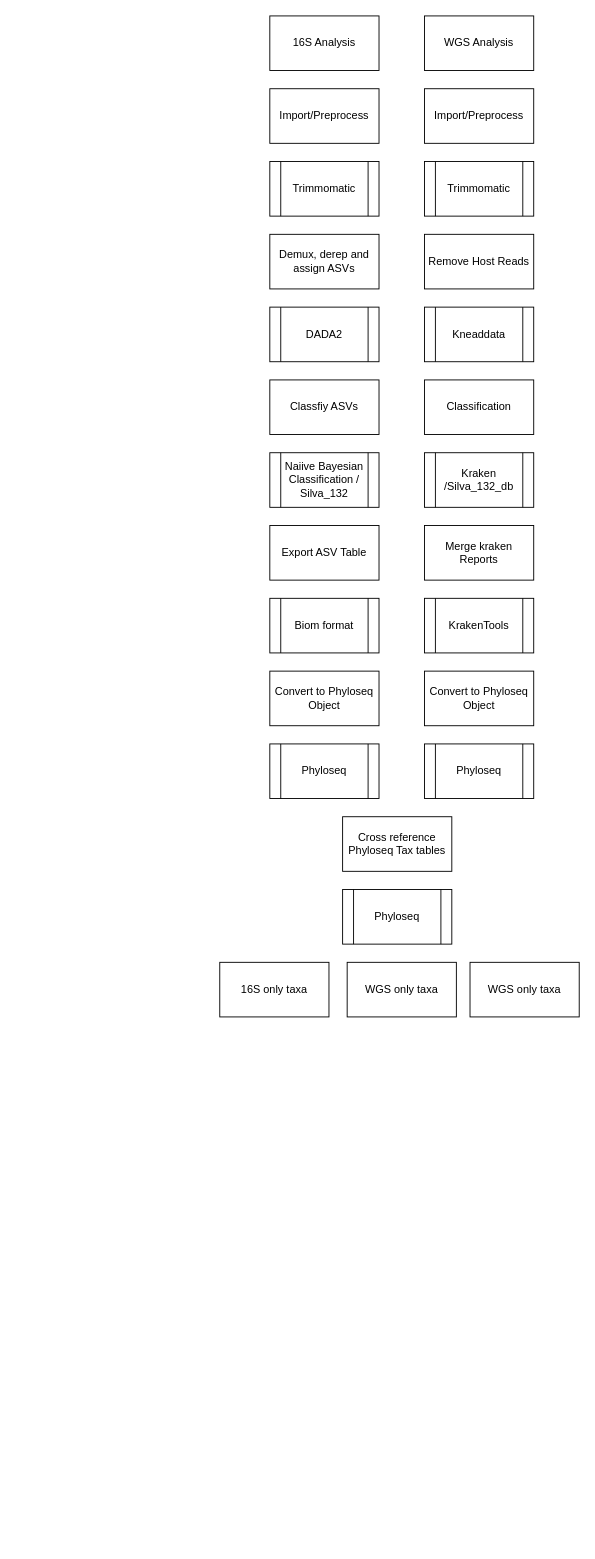
Before: hybrid_microbiome_workflow.drawio in MADscientist314/hybrid_metagenomics, a draw.io diagram. Source tidied: cells renumbered, new cells numbered last; positions are measured from the earlier drawing's top-left corner, leaving out a move shared by most shapes. Both pictures are drawn from the tidied source at 91%, with x=0, y=0 at pixel (219, 15).
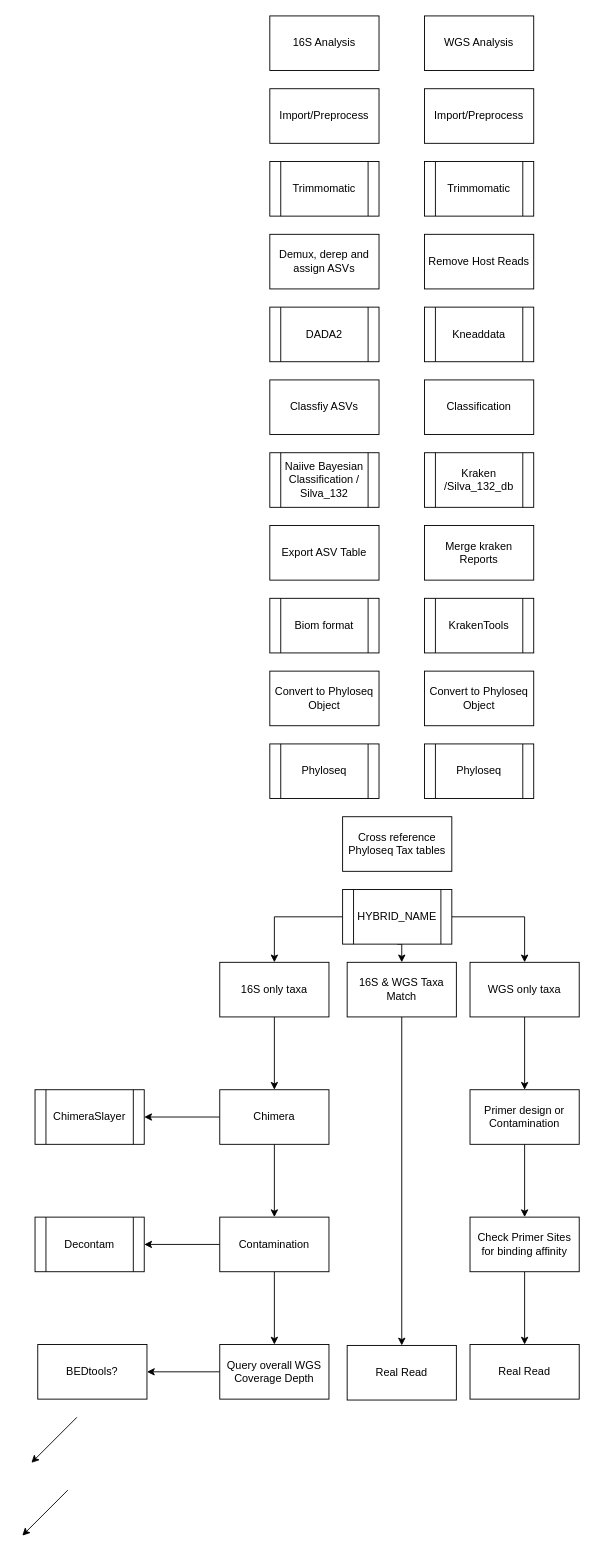
The same page after the edit.

Unchanged cells that the change refers to:
```xml
<mxCell id="26" value="16S only taxa" style="rounded=0;whiteSpace=wrap;html=1;" parent="1" vertex="1">
  <mxGeometry y="1040" width="120" height="60" as="geometry" />
</mxCell>
<mxCell id="28" value="WGS only taxa" style="rounded=0;whiteSpace=wrap;html=1;" parent="1" vertex="1">
  <mxGeometry x="275" y="1040" width="120" height="60" as="geometry" />
</mxCell>
```

The edit, as a diff of the source:
```diff
@@
+    <mxCell id="29" style="edgeStyle=orthogonalEdgeStyle;rounded=0;jettySize=auto;html=1;exitX=0.5;exitY=1;exitDx=0;exitDy=0;entryX=0.5;entryY=0;entryDx=0;entryDy=0;" parent="1" edge="1" source="25" target="27">
+      <mxGeometry relative="1" as="geometry" />
+    </mxCell>
+    <mxCell id="30" style="edgeStyle=orthogonalEdgeStyle;rounded=0;jettySize=auto;html=1;exitX=0;exitY=0.5;exitDx=0;exitDy=0;entryX=0.5;entryY=0;entryDx=0;entryDy=0;" parent="1" edge="1" source="25" target="26">
+      <mxGeometry relative="1" as="geometry" />
+    </mxCell>
+    <mxCell id="31" style="edgeStyle=orthogonalEdgeStyle;rounded=0;jettySize=auto;html=1;exitX=1;exitY=0.5;exitDx=0;exitDy=0;entryX=0.5;entryY=0;entryDx=0;entryDy=0;" parent="1" edge="1" source="25" target="28">
+      <mxGeometry relative="1" as="geometry" />
+    </mxCell>
-    <mxCell id="25" value="Phyloseq" style="shape=process;whiteSpace=wrap;html=1;backgroundOutline=1;" parent="1" vertex="1">
+    <mxCell id="25" value="HYBRID_NAME" style="shape=process;whiteSpace=wrap;html=1;backgroundOutline=1;" parent="1" vertex="1">
       <mxGeometry x="135" y="960" width="120" height="60" as="geometry" />
     </mxCell>
+    <mxCell id="32" style="edgeStyle=orthogonalEdgeStyle;rounded=0;jettySize=auto;html=1;" parent="1" edge="1" source="26" target="35">
+      <mxGeometry relative="1" as="geometry" />
+    </mxCell>
@@
+    <mxCell id="33" style="edgeStyle=orthogonalEdgeStyle;rounded=0;jettySize=auto;html=1;" parent="1" edge="1" source="35" target="38">
+      <mxGeometry relative="1" as="geometry" />
+    </mxCell>
+    <mxCell id="34" style="edgeStyle=orthogonalEdgeStyle;rounded=0;jettySize=auto;html=1;entryX=1;entryY=0.5;entryDx=0;entryDy=0;" parent="1" edge="1" source="35" target="50">
+      <mxGeometry relative="1" as="geometry" />
+    </mxCell>
+    <mxCell id="35" value="Chimera" style="rounded=0;whiteSpace=wrap;html=1;" parent="1" vertex="1">
+      <mxGeometry y="1180" width="120" height="60" as="geometry" />
+    </mxCell>
+    <mxCell id="36" style="edgeStyle=orthogonalEdgeStyle;rounded=0;jettySize=auto;html=1;" parent="1" edge="1" source="38" target="40">
+      <mxGeometry relative="1" as="geometry" />
+    </mxCell>
+    <mxCell id="37" style="edgeStyle=orthogonalEdgeStyle;rounded=0;jettySize=auto;html=1;exitX=0;exitY=0.5;exitDx=0;exitDy=0;entryX=1;entryY=0.5;entryDx=0;entryDy=0;" parent="1" edge="1" source="38" target="51">
+      <mxGeometry relative="1" as="geometry" />
+    </mxCell>
+    <mxCell id="38" value="Contamination" style="rounded=0;whiteSpace=wrap;html=1;" parent="1" vertex="1">
+      <mxGeometry y="1320" width="120" height="60" as="geometry" />
+    </mxCell>
+    <mxCell id="39" style="edgeStyle=orthogonalEdgeStyle;rounded=0;jettySize=auto;html=1;" parent="1" edge="1" source="40" target="41">
+      <mxGeometry relative="1" as="geometry" />
+    </mxCell>
+    <mxCell id="40" value="Query overall WGS Coverage Depth" style="rounded=0;whiteSpace=wrap;html=1;" parent="1" vertex="1">
+      <mxGeometry y="1460" width="120" height="60" as="geometry" />
+    </mxCell>
+    <mxCell id="41" value="BEDtools?" style="rounded=0;whiteSpace=wrap;html=1;" parent="1" vertex="1">
+      <mxGeometry x="-200" y="1460" width="120" height="60" as="geometry" />
+    </mxCell>
+    <mxCell id="42" style="edgeStyle=orthogonalEdgeStyle;rounded=0;jettySize=auto;html=1;" parent="1" edge="1" source="27" target="43">
+      <mxGeometry relative="1" as="geometry" />
+    </mxCell>
-    <mxCell id="27" value="WGS only taxa" style="rounded=0;whiteSpace=wrap;html=1;" parent="1" vertex="1">
+    <mxCell id="27" value="16S &amp;amp; WGS Taxa Match" style="rounded=0;whiteSpace=wrap;html=1;" parent="1" vertex="1">
       <mxGeometry x="140" y="1040" width="120" height="60" as="geometry" />
     </mxCell>
+    <mxCell id="43" value="Real Read" style="rounded=0;whiteSpace=wrap;html=1;" parent="1" vertex="1">
+      <mxGeometry x="140" y="1461" width="120" height="60" as="geometry" />
+    </mxCell>
+    <mxCell id="44" style="edgeStyle=orthogonalEdgeStyle;rounded=0;jettySize=auto;html=1;" parent="1" edge="1" source="28" target="46">
+      <mxGeometry relative="1" as="geometry" />
+    </mxCell>
@@
+    <mxCell id="45" style="edgeStyle=orthogonalEdgeStyle;rounded=0;jettySize=auto;html=1;" parent="1" edge="1" source="46" target="48">
+      <mxGeometry relative="1" as="geometry" />
+    </mxCell>
+    <mxCell id="46" value="Primer design or Contamination" style="rounded=0;whiteSpace=wrap;html=1;" parent="1" vertex="1">
+      <mxGeometry x="275" y="1180" width="120" height="60" as="geometry" />
+    </mxCell>
+    <mxCell id="47" style="edgeStyle=orthogonalEdgeStyle;rounded=0;jettySize=auto;html=1;" parent="1" edge="1" source="48" target="49">
+      <mxGeometry relative="1" as="geometry" />
+    </mxCell>
+    <mxCell id="48" value="Check Primer Sites for binding affinity" style="rounded=0;whiteSpace=wrap;html=1;" parent="1" vertex="1">
+      <mxGeometry x="275" y="1320" width="120" height="60" as="geometry" />
+    </mxCell>
+    <mxCell id="49" value="Real Read" style="rounded=0;whiteSpace=wrap;html=1;" parent="1" vertex="1">
+      <mxGeometry x="275" y="1460" width="120" height="60" as="geometry" />
+    </mxCell>
+    <mxCell id="50" value="ChimeraSlayer" style="shape=process;whiteSpace=wrap;html=1;backgroundOutline=1;" parent="1" vertex="1">
+      <mxGeometry x="-203" y="1180" width="120" height="60" as="geometry" />
+    </mxCell>
+    <mxCell id="51" value="Decontam" style="shape=process;whiteSpace=wrap;html=1;backgroundOutline=1;" parent="1" vertex="1">
+      <mxGeometry x="-203" y="1320" width="120" height="60" as="geometry" />
+    </mxCell>
+    <mxCell id="52" style="endArrow=classic;html=1;" parent="1" edge="1">
+      <mxGeometry relative="1" as="geometry">
+        <mxPoint x="-157" y="1540" as="sourcePoint" />
+        <mxPoint x="-207" y="1590" as="targetPoint" />
+      </mxGeometry>
+    </mxCell>
+    <mxCell id="53" style="endArrow=classic;html=1;" parent="1" edge="1">
+      <mxGeometry relative="1" as="geometry">
+        <mxPoint x="-167" y="1620" as="sourcePoint" />
+        <mxPoint x="-217" y="1670" as="targetPoint" />
+      </mxGeometry>
+    </mxCell>
```
